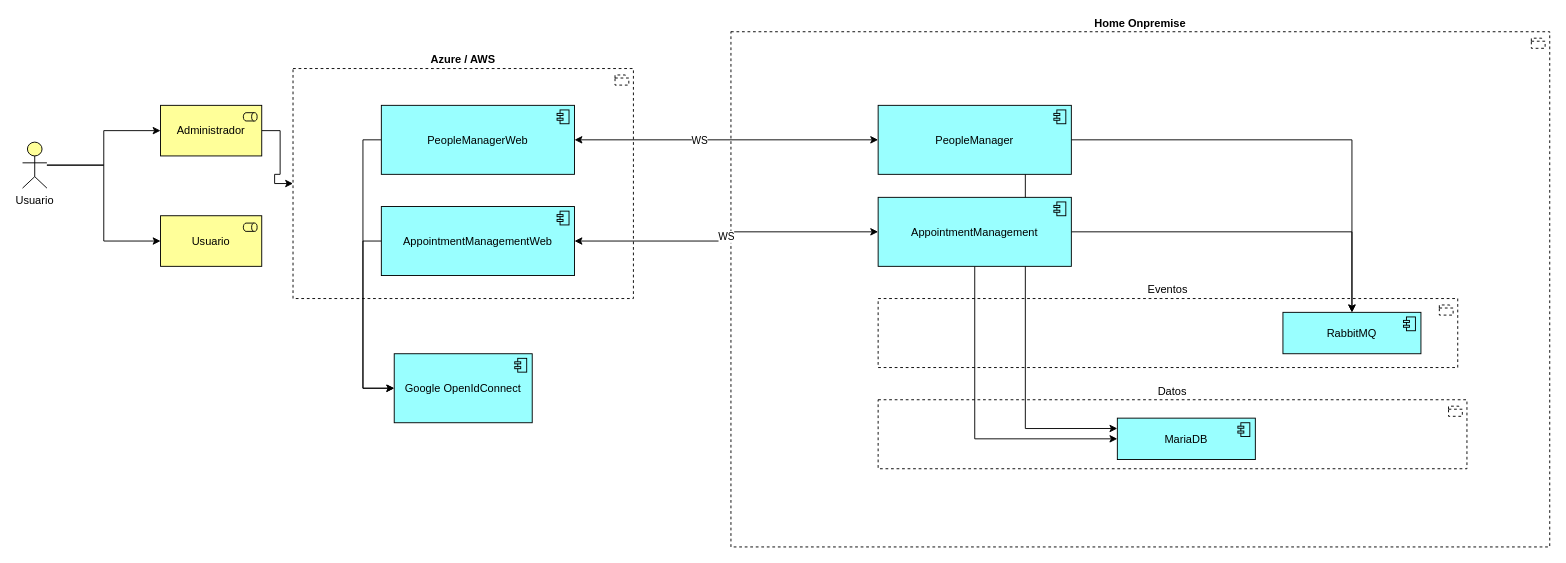
Before: page "Cloud" (2 of 3) of CitasyHorarios.drawio in rcaso/IAppointment, a draw.io diagram. Source tidied: cells renumbered, new cells numbered last; positions are measured from the earlier drawing's top-left corner, leaving out a move shared by most shapes. Both pictures are drawn from the tidied source at 92%, with x=0, y=0 at pixel (22, 31).
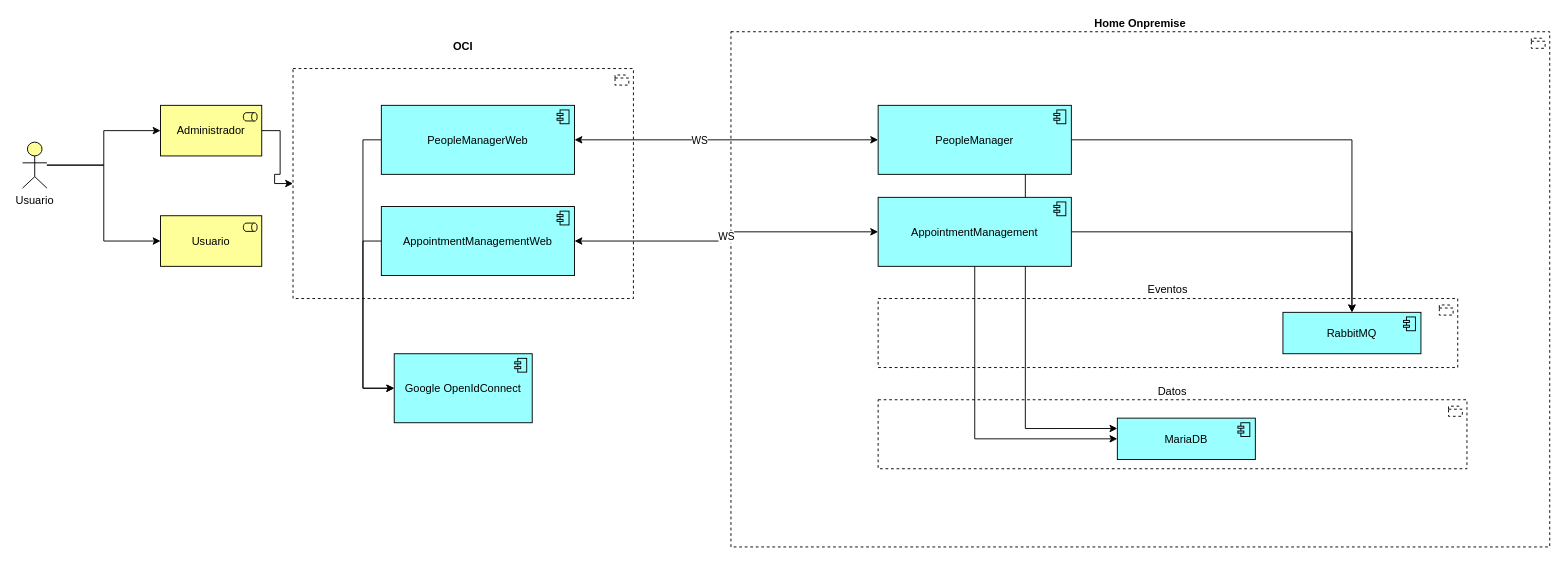
After the change.

Diff of the diagram source:
```diff
@@
-    <mxCell id="3" value="Azure / AWS" style="html=1;outlineConnect=0;whiteSpace=wrap;shape=mxgraph.archimate3.application;appType=grouping;archiType=square;dashed=1;fillColor=none;labelPosition=center;verticalLabelPosition=top;align=center;verticalAlign=bottom;fontStyle=1;" parent="1" vertex="1">
+    <mxCell id="3" value="&lt;div&gt;OCI&lt;/div&gt;&lt;div&gt;&lt;br&gt;&lt;/div&gt;" style="html=1;outlineConnect=0;whiteSpace=wrap;shape=mxgraph.archimate3.application;appType=grouping;archiType=square;dashed=1;fillColor=none;labelPosition=center;verticalLabelPosition=top;align=center;verticalAlign=bottom;fontStyle=1;" parent="1" vertex="1">
       <mxGeometry x="294" y="40" width="370" height="250" as="geometry" />
     </mxCell>
```
